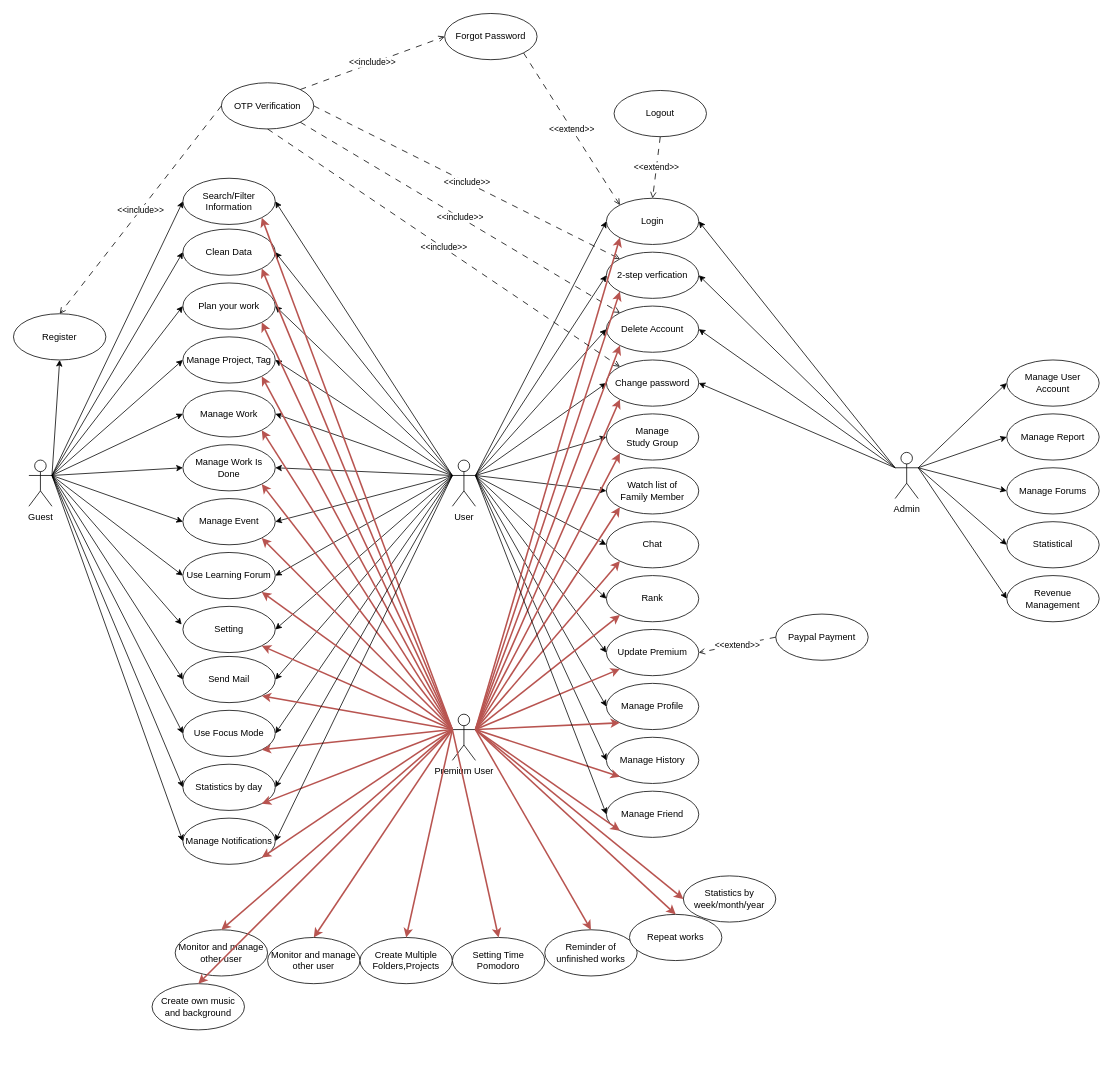
Above: UseCase/UseCase.drawio in Enochhhh/AppSmartStudyHub (draw.io), before the change. Source tidied: cells renumbered, new cells numbered last; positions are measured from the earlier drawing's top-left corner, leaving out a move shared by most shapes. Both pictures are drawn from the tidied source at 77%, with x=0, y=0 at pixel (13, 13).
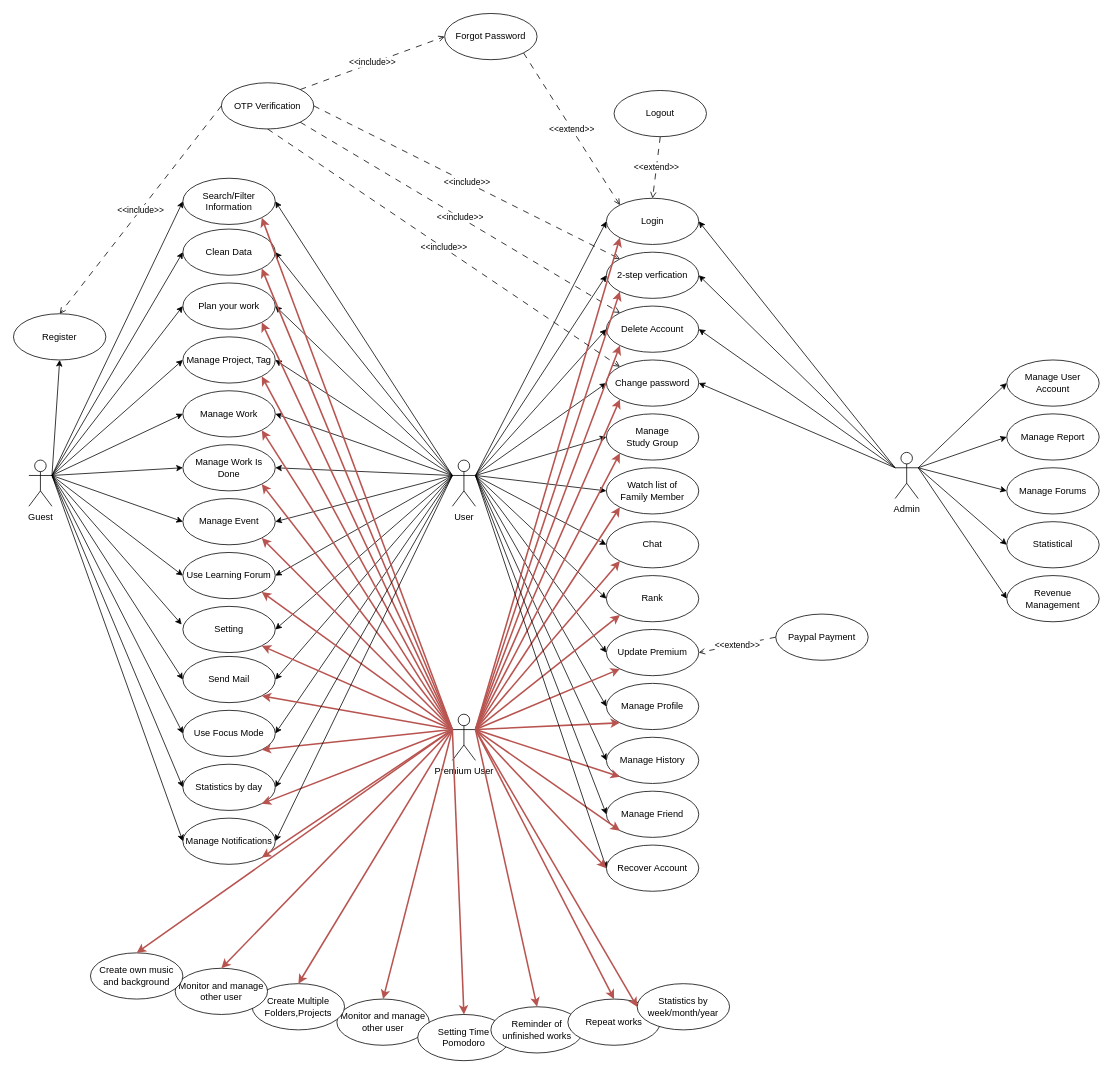
The same diagram, later.

The change refers to these unchanged cells:
```xml
<mxCell id="3" value="User" style="shape=umlActor;verticalLabelPosition=bottom;verticalAlign=top;html=1;outlineConnect=0;" parent="1" vertex="1">
  <mxGeometry x="570" y="580" width="30" height="60" as="geometry" />
</mxCell>
<mxCell id="4" value="Premium User" style="shape=umlActor;verticalLabelPosition=bottom;verticalAlign=top;html=1;outlineConnect=0;" parent="1" vertex="1">
  <mxGeometry x="570" y="910" width="30" height="60" as="geometry" />
</mxCell>
```

Diff of the diagram source:
```diff
@@
     <mxCell id="104" value="Monitor and manage&lt;br&gt;other user" style="ellipse;whiteSpace=wrap;html=1;" parent="1" vertex="1">
-      <mxGeometry x="330" y="1200" width="120" height="60" as="geometry" />
+      <mxGeometry x="420" y="1280" width="120" height="60" as="geometry" />
     </mxCell>
@@
     <mxCell id="110" value="Create Multiple Folders,Projects" style="ellipse;whiteSpace=wrap;html=1;" parent="1" vertex="1">
-      <mxGeometry x="450" y="1200" width="120" height="60" as="geometry" />
+      <mxGeometry x="310" y="1260" width="120" height="60" as="geometry" />
     </mxCell>
@@
     <mxCell id="112" value="Setting Time&lt;br&gt;Pomodoro" style="ellipse;whiteSpace=wrap;html=1;" parent="1" vertex="1">
-      <mxGeometry x="570" y="1200" width="120" height="60" as="geometry" />
+      <mxGeometry x="525" y="1300" width="120" height="60" as="geometry" />
     </mxCell>
@@
     <mxCell id="114" value="Reminder of&lt;br&gt;unfinished works" style="ellipse;whiteSpace=wrap;html=1;" parent="1" vertex="1">
-      <mxGeometry x="690" y="1190" width="120" height="60" as="geometry" />
+      <mxGeometry x="620" y="1290" width="120" height="60" as="geometry" />
     </mxCell>
@@
     <mxCell id="116" value="Repeat works" style="ellipse;whiteSpace=wrap;html=1;" parent="1" vertex="1">
-      <mxGeometry x="800" y="1170" width="120" height="60" as="geometry" />
+      <mxGeometry x="720" y="1280" width="120" height="60" as="geometry" />
     </mxCell>
@@
     <mxCell id="121" value="Statistics by week/month/year" style="ellipse;whiteSpace=wrap;html=1;" parent="1" vertex="1">
-      <mxGeometry x="870" y="1120" width="120" height="60" as="geometry" />
+      <mxGeometry x="810" y="1260" width="120" height="60" as="geometry" />
     </mxCell>
@@
     <mxCell id="132" value="Monitor and manage&lt;br&gt;other user" style="ellipse;whiteSpace=wrap;html=1;" parent="1" vertex="1">
-      <mxGeometry x="210" y="1190" width="120" height="60" as="geometry" />
+      <mxGeometry x="210" y="1240" width="120" height="60" as="geometry" />
     </mxCell>
@@
     <mxCell id="134" value="Create own music and background" style="ellipse;whiteSpace=wrap;html=1;" parent="1" vertex="1">
-      <mxGeometry x="180" y="1260" width="120" height="60" as="geometry" />
+      <mxGeometry x="100" y="1220" width="120" height="60" as="geometry" />
     </mxCell>
@@
+    <mxCell id="138" value="Recover Account" style="ellipse;whiteSpace=wrap;html=1;" parent="1" vertex="1">
+      <mxGeometry x="770" y="1080" width="120" height="60" as="geometry" />
+    </mxCell>
+    <mxCell id="139" style="endArrow=classic;html=1;rounded=0;entryX=0;entryY=0.5;entryDx=0;entryDy=0;exitX=1;exitY=0.3333333333333333;exitDx=0;exitDy=0;exitPerimeter=0;" parent="1" edge="1" source="3" target="138">
+      <mxGeometry relative="1" as="geometry" />
+    </mxCell>
+    <mxCell id="140" style="endArrow=classic;html=1;rounded=0;entryX=0;entryY=0.5;entryDx=0;entryDy=0;exitX=1;exitY=0.3333333333333333;exitDx=0;exitDy=0;exitPerimeter=0;fillColor=#f8cecc;strokeColor=#b85450;strokeWidth=2;" parent="1" edge="1" source="4" target="138">
+      <mxGeometry relative="1" as="geometry" />
+    </mxCell>
```
